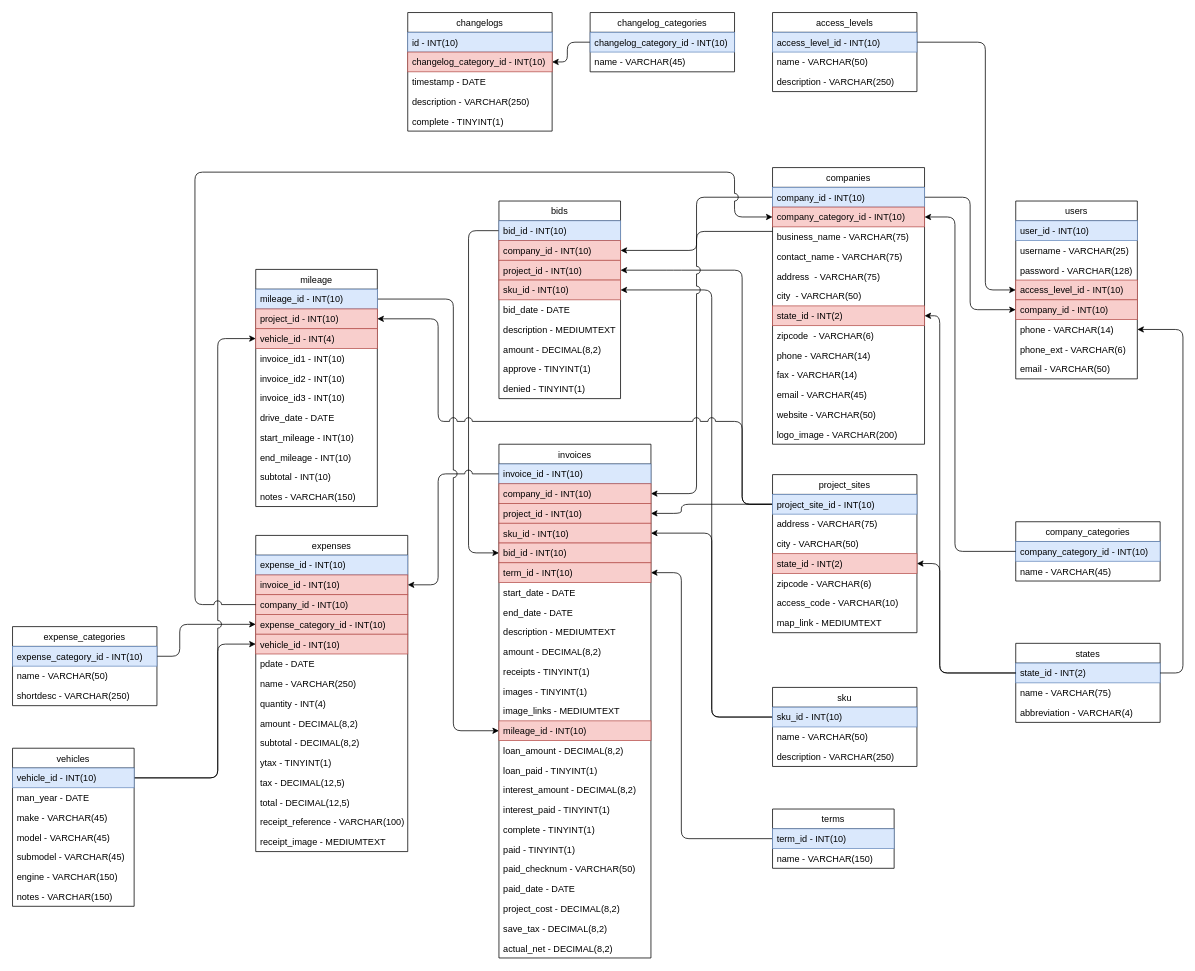
Before: page "v1.1" (2 of 3) of UML/DatabaseDiagram_vX.drawio in jcampbell18/py_invoicing, a draw.io diagram. Source tidied: cells renumbered, new cells numbered last; positions are measured from the earlier drawing's top-left corner, leaving out a move shared by most shapes. Both pictures are drawn from the tidied source at 76%, with x=0, y=0 at pixel (12, 12).
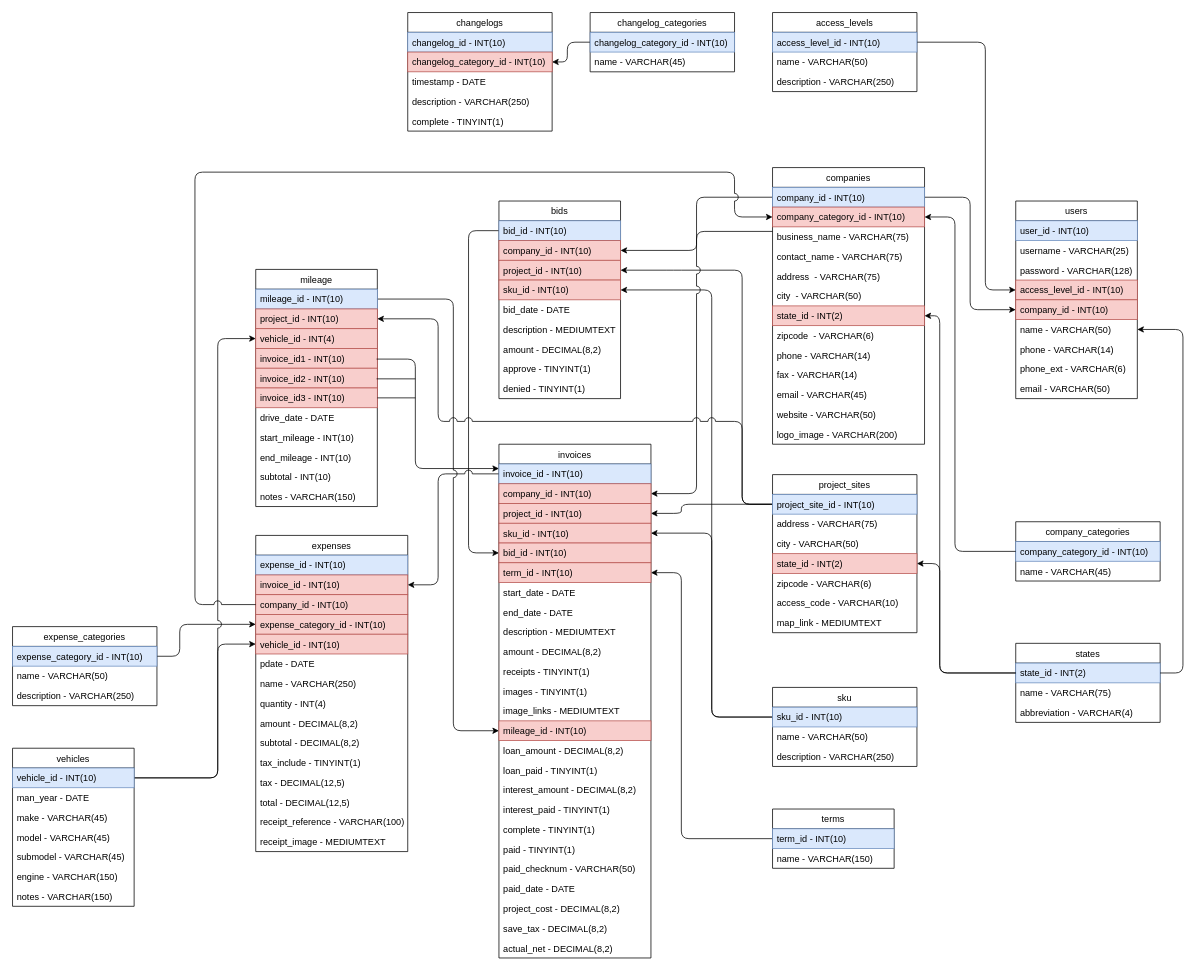
Above is the later version.

Unchanged cells that the change refers to:
```xml
<mxCell id="97" value="expenses" style="swimlane;fontStyle=0;horizontal=1;startSize=26;fillColor=none;" parent="1" vertex="1">
  <mxGeometry x="320" y="688" width="200" height="416" as="geometry" />
</mxCell>
<mxCell id="113" value="mileage" style="swimlane;fontStyle=0;horizontal=1;startSize=26;fillColor=none;" parent="1" vertex="1">
  <mxGeometry x="320" y="338" width="160" height="312" as="geometry" />
</mxCell>
<mxCell id="125" value="expense_categories" style="swimlane;fontStyle=0;horizontal=1;startSize=26;fillColor=none;" parent="1" vertex="1">
  <mxGeometry y="808" width="190" height="104" as="geometry" />
</mxCell>
<mxCell id="137" value="changelogs" style="swimlane;fontStyle=0;horizontal=1;startSize=26;fillColor=none;" parent="1" vertex="1">
  <mxGeometry x="520" width="190" height="156" as="geometry" />
</mxCell>
```

What changed in the source:
```diff
@@
     <mxCell id="19" value="users" style="swimlane;fontStyle=0;horizontal=1;startSize=26;fillColor=none;" parent="1" vertex="1">
-      <mxGeometry x="1320" y="248" width="160" height="234" as="geometry" />
+      <mxGeometry x="1320" y="248" width="160" height="260" as="geometry" />
     </mxCell>
@@
-    <mxCell id="25" value="phone - VARCHAR(14)" style="text;strokeColor=none;fillColor=none;align=left;verticalAlign=top;spacingLeft=4;spacingRight=4;overflow=hidden;" parent="19" vertex="1">
+    <mxCell id="25" value="name - VARCHAR(50)" style="text;strokeColor=none;fillColor=none;align=left;verticalAlign=top;spacingLeft=4;spacingRight=4;overflow=hidden;" parent="19" vertex="1">
       <mxGeometry y="156" width="160" height="26" as="geometry" />
     </mxCell>
+    <mxCell id="158" value="phone - VARCHAR(14)" style="text;strokeColor=none;fillColor=none;align=left;verticalAlign=top;spacingLeft=4;spacingRight=4;overflow=hidden;" parent="19" vertex="1">
+      <mxGeometry y="182" width="160" height="26" as="geometry" />
+    </mxCell>
     <mxCell id="26" value="phone_ext - VARCHAR(6)" style="text;strokeColor=none;fillColor=none;align=left;verticalAlign=top;spacingLeft=4;spacingRight=4;overflow=hidden;" parent="19" vertex="1">
-      <mxGeometry y="182" width="160" height="26" as="geometry" />
+      <mxGeometry y="208" width="160" height="26" as="geometry" />
     </mxCell>
     <mxCell id="27" value="email - VARCHAR(50)" style="text;strokeColor=none;fillColor=none;align=left;verticalAlign=top;spacingLeft=4;spacingRight=4;overflow=hidden;" parent="19" vertex="1">
-      <mxGeometry y="208" width="160" height="26" as="geometry" />
+      <mxGeometry y="234" width="160" height="26" as="geometry" />
     </mxCell>
@@
-    <mxCell id="108" value="ytax - TINYINT(1)" style="text;strokeColor=none;fillColor=none;align=left;verticalAlign=top;spacingLeft=4;spacingRight=4;overflow=hidden;" parent="97" vertex="1">
+    <mxCell id="108" value="tax_include - TINYINT(1)" style="text;strokeColor=none;fillColor=none;align=left;verticalAlign=top;spacingLeft=4;spacingRight=4;overflow=hidden;" parent="97" vertex="1">
       <mxGeometry y="286" width="200" height="26" as="geometry" />
     </mxCell>
@@
-    <mxCell id="117" value="invoice_id1 - INT(10)" style="text;strokeColor=none;fillColor=none;align=left;verticalAlign=top;spacingLeft=4;spacingRight=4;overflow=hidden;points=[[0,0.5],[1,0.5]];portConstraint=eastwest;" parent="113" vertex="1">
+    <mxCell id="117" value="invoice_id1 - INT(10)" style="text;strokeColor=#b85450;fillColor=#f8cecc;align=left;verticalAlign=top;spacingLeft=4;spacingRight=4;overflow=hidden;points=[[0,0.5],[1,0.5]];portConstraint=eastwest;" parent="113" vertex="1">
       <mxGeometry y="104" width="160" height="26" as="geometry" />
     </mxCell>
-    <mxCell id="118" value="invoice_id2 - INT(10)" style="text;strokeColor=none;fillColor=none;align=left;verticalAlign=top;spacingLeft=4;spacingRight=4;overflow=hidden;points=[[0,0.5],[1,0.5]];portConstraint=eastwest;" parent="113" vertex="1">
+    <mxCell id="118" value="invoice_id2 - INT(10)" style="text;strokeColor=#b85450;fillColor=#f8cecc;align=left;verticalAlign=top;spacingLeft=4;spacingRight=4;overflow=hidden;points=[[0,0.5],[1,0.5]];portConstraint=eastwest;" parent="113" vertex="1">
       <mxGeometry y="130" width="160" height="26" as="geometry" />
     </mxCell>
-    <mxCell id="119" value="invoice_id3 - INT(10)" style="text;strokeColor=none;fillColor=none;align=left;verticalAlign=top;spacingLeft=4;spacingRight=4;overflow=hidden;" parent="113" vertex="1">
+    <mxCell id="119" value="invoice_id3 - INT(10)" style="text;strokeColor=#b85450;fillColor=#f8cecc;align=left;verticalAlign=top;spacingLeft=4;spacingRight=4;overflow=hidden;" parent="113" vertex="1">
       <mxGeometry y="156" width="160" height="26" as="geometry" />
     </mxCell>
@@
-    <mxCell id="128" value="shortdesc - VARCHAR(250)" style="text;strokeColor=none;fillColor=none;align=left;verticalAlign=top;spacingLeft=4;spacingRight=4;overflow=hidden;" parent="125" vertex="1">
+    <mxCell id="128" value="description - VARCHAR(250)" style="text;strokeColor=none;fillColor=none;align=left;verticalAlign=top;spacingLeft=4;spacingRight=4;overflow=hidden;" parent="125" vertex="1">
       <mxGeometry y="78" width="190" height="26" as="geometry" />
     </mxCell>
@@
-    <mxCell id="138" value="id - INT(10)" style="text;strokeColor=#6c8ebf;fillColor=#dae8fc;align=left;verticalAlign=top;spacingLeft=4;spacingRight=4;overflow=hidden;" parent="137" vertex="1">
+    <mxCell id="138" value="changelog_id - INT(10)" style="text;strokeColor=#6c8ebf;fillColor=#dae8fc;align=left;verticalAlign=top;spacingLeft=4;spacingRight=4;overflow=hidden;" parent="137" vertex="1">
       <mxGeometry y="26" width="190" height="26" as="geometry" />
     </mxCell>
@@
+    <mxCell id="159" style="endArrow=classic;html=1;exitX=0.994;exitY=0.538;exitDx=0;exitDy=0;exitPerimeter=0;" parent="1" edge="1" source="117">
+      <mxGeometry relative="1" as="geometry">
+        <mxPoint x="640" y="600" as="targetPoint" />
+        <Array as="points">
+          <mxPoint x="530" y="456" />
+          <mxPoint x="530" y="600" />
+        </Array>
+      </mxGeometry>
+    </mxCell>
+    <mxCell id="160" style="endArrow=none;html=1;exitX=0.994;exitY=0.538;exitDx=0;exitDy=0;exitPerimeter=0;" parent="1" edge="1" source="118">
+      <mxGeometry relative="1" as="geometry">
+        <mxPoint x="530" y="482" as="targetPoint" />
+      </mxGeometry>
+    </mxCell>
+    <mxCell id="161" style="endArrow=none;html=1;" parent="1" edge="1">
+      <mxGeometry relative="1" as="geometry">
+        <mxPoint x="480" y="507" as="sourcePoint" />
+        <mxPoint x="530" y="507" as="targetPoint" />
+      </mxGeometry>
+    </mxCell>
```
